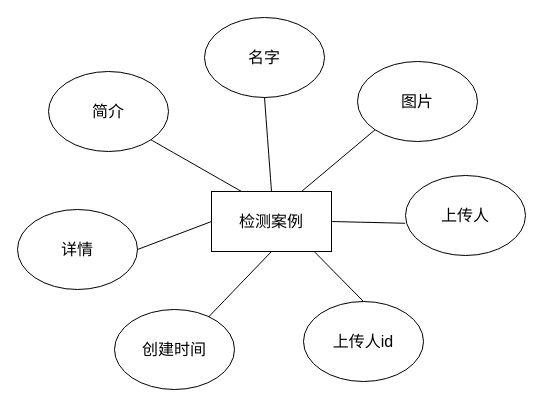
The draw.io diagram 未命名绘图.drawio in GDSFASF/ChatGPT-Next-Web, before the edit. Source tidied: cells renumbered, new cells numbered last; positions are measured from the earlier drawing's top-left corner, leaving out a move shared by most shapes. Both pictures are drawn from the tidied source at 100%, with x=0, y=0 at pixel (17, 17).
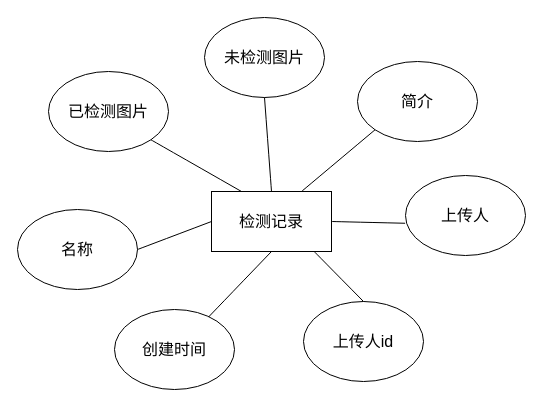
After the change.

What changed in the source:
```diff
@@
 <mxGraphModel>
   <root>
     <mxCell id="0" />
     <mxCell id="1" parent="0" />
-    <mxCell id="2" value="检测案例" style="rounded=0;whiteSpace=wrap;html=1;fontSize=16;" parent="1" vertex="1">
+    <mxCell id="2" value="检测记录" style="rounded=0;whiteSpace=wrap;html=1;fontSize=16;" parent="1" vertex="1">
       <mxGeometry x="194" y="174" width="120" height="60" as="geometry" />
     </mxCell>
-    <mxCell id="3" value="名字" style="ellipse;whiteSpace=wrap;html=1;fontSize=16;" parent="1" vertex="1">
+    <mxCell id="3" value="未检测图片" style="ellipse;whiteSpace=wrap;html=1;fontSize=16;" parent="1" vertex="1">
       <mxGeometry x="187" width="120" height="80" as="geometry" />
     </mxCell>
-    <mxCell id="4" value="图片" style="ellipse;whiteSpace=wrap;html=1;fontSize=16;" parent="1" vertex="1">
+    <mxCell id="4" value="简介" style="ellipse;whiteSpace=wrap;html=1;fontSize=16;" parent="1" vertex="1">
       <mxGeometry x="340" y="44" width="120" height="80" as="geometry" />
     </mxCell>
     <mxCell id="5" style="endArrow=none;html=1;rounded=0;fontSize=16;startSize=8;endSize=8;curved=1;entryX=0.5;entryY=1;entryDx=0;entryDy=0;exitX=0.5;exitY=0;exitDx=0;exitDy=0;" parent="1" edge="1" source="2" target="3">
       <mxGeometry relative="1" as="geometry" />
     </mxCell>
-    <mxCell id="6" value="简介" style="ellipse;whiteSpace=wrap;html=1;fontSize=16;" parent="1" vertex="1">
+    <mxCell id="6" value="已检测图片" style="ellipse;whiteSpace=wrap;html=1;fontSize=16;" parent="1" vertex="1">
       <mxGeometry x="31" y="54" width="120" height="80" as="geometry" />
     </mxCell>
-    <mxCell id="7" value="详情" style="ellipse;whiteSpace=wrap;html=1;fontSize=16;" parent="1" vertex="1">
+    <mxCell id="7" value="名称" style="ellipse;whiteSpace=wrap;html=1;fontSize=16;" parent="1" vertex="1">
       <mxGeometry y="192" width="120" height="80" as="geometry" />
     </mxCell>
     <mxCell id="8" value="创建时间" style="ellipse;whiteSpace=wrap;html=1;fontSize=16;" parent="1" vertex="1">
       <mxGeometry x="97" y="292" width="120" height="80" as="geometry" />
     </mxCell>
     <mxCell id="9" value="上传人id" style="ellipse;whiteSpace=wrap;html=1;fontSize=16;" parent="1" vertex="1">
       <mxGeometry x="286" y="284" width="120" height="80" as="geometry" />
     </mxCell>
     <mxCell id="10" value="上传人" style="ellipse;whiteSpace=wrap;html=1;fontSize=16;" parent="1" vertex="1">
       <mxGeometry x="388" y="158" width="120" height="80" as="geometry" />
     </mxCell>
     <mxCell id="11" style="endArrow=none;html=1;rounded=0;fontSize=16;startSize=8;endSize=8;curved=1;entryX=0;entryY=1;entryDx=0;entryDy=0;exitX=0.75;exitY=0;exitDx=0;exitDy=0;" parent="1" edge="1" source="2" target="4">
       <mxGeometry relative="1" as="geometry" />
     </mxCell>
     <mxCell id="12" style="endArrow=none;html=1;rounded=0;fontSize=16;startSize=8;endSize=8;curved=1;entryX=-0.003;entryY=0.597;entryDx=0;entryDy=0;entryPerimeter=0;exitX=1;exitY=0.5;exitDx=0;exitDy=0;" parent="1" edge="1" source="2" target="10">
       <mxGeometry relative="1" as="geometry" />
     </mxCell>
     <mxCell id="13" style="endArrow=none;html=1;rounded=0;fontSize=16;startSize=8;endSize=8;curved=1;exitX=1;exitY=0.5;exitDx=0;exitDy=0;entryX=0;entryY=0.5;entryDx=0;entryDy=0;" parent="1" edge="1" source="7" target="2">
       <mxGeometry relative="1" as="geometry" />
     </mxCell>
     <mxCell id="14" style="endArrow=none;html=1;rounded=0;fontSize=16;startSize=8;endSize=8;curved=1;entryX=0.5;entryY=0;entryDx=0;entryDy=0;exitX=0.857;exitY=1.003;exitDx=0;exitDy=0;exitPerimeter=0;" parent="1" edge="1" source="2" target="9">
       <mxGeometry relative="1" as="geometry" />
     </mxCell>
     <mxCell id="15" style="endArrow=none;html=1;rounded=0;fontSize=16;startSize=8;endSize=8;curved=1;exitX=0.783;exitY=0.095;exitDx=0;exitDy=0;entryX=0.5;entryY=1;entryDx=0;entryDy=0;exitPerimeter=0;" parent="1" edge="1" source="8" target="2">
       <mxGeometry relative="1" as="geometry" />
     </mxCell>
     <mxCell id="16" style="endArrow=none;html=1;rounded=0;fontSize=16;startSize=8;endSize=8;curved=1;exitX=1;exitY=1;exitDx=0;exitDy=0;entryX=0.25;entryY=0;entryDx=0;entryDy=0;" parent="1" edge="1" source="6" target="2">
       <mxGeometry relative="1" as="geometry" />
     </mxCell>
   </root>
 </mxGraphModel>
```
